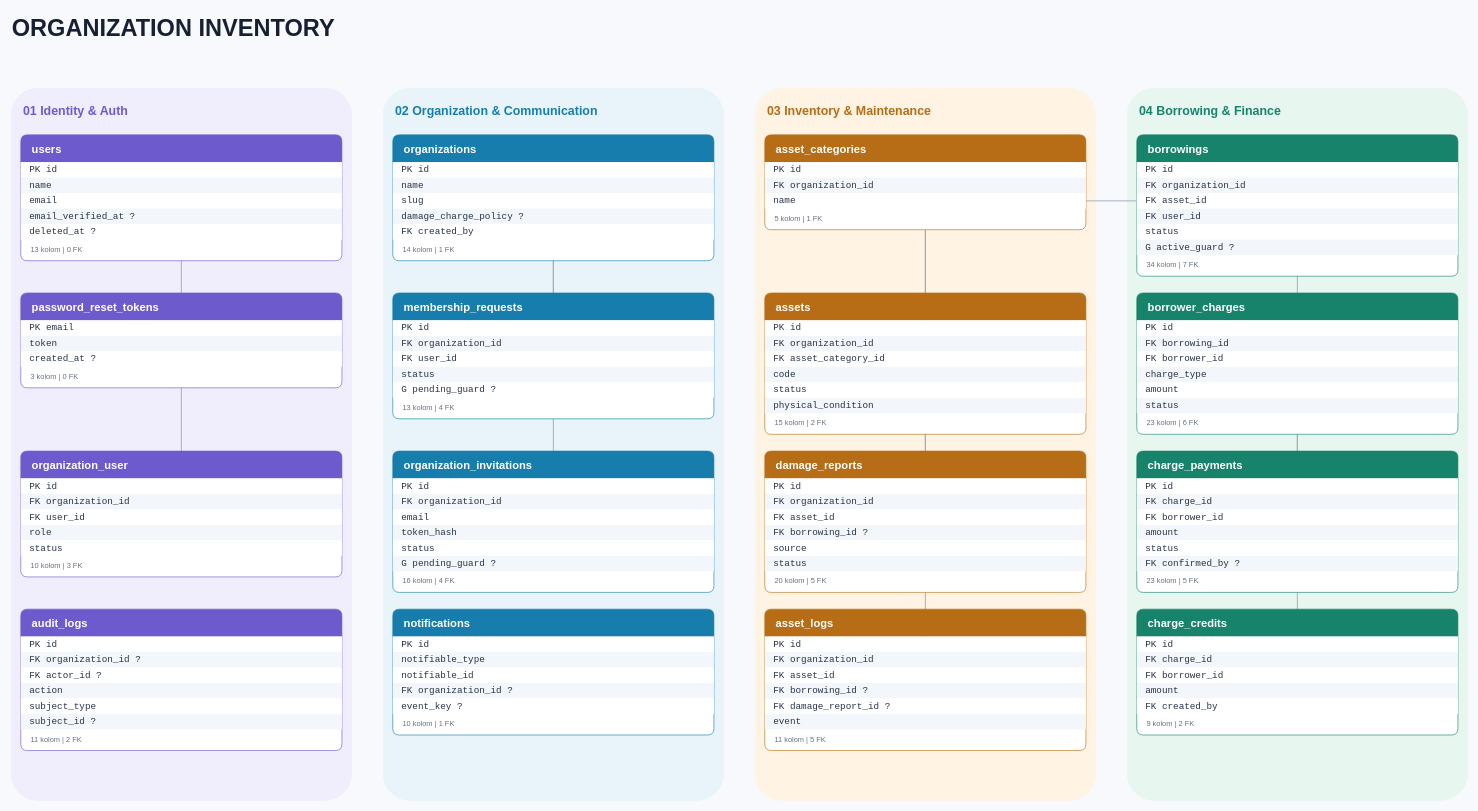
Before: page "00 Overview - 14 tabel" (1 of 5) of Pedoman/Database/Organization_Inventory_v1_2.drawio in chandrakusumaa/Project-MPPL-Sistem-Peminjaman-Barang-Berbasis-Website, a draw.io diagram. Source tidied: cells renumbered, new cells numbered last; positions are measured from the earlier drawing's top-left corner, leaving out a move shared by most shapes. Both pictures are drawn from the tidied source at 62%, with x=0, y=0 at pixel (11, 11).
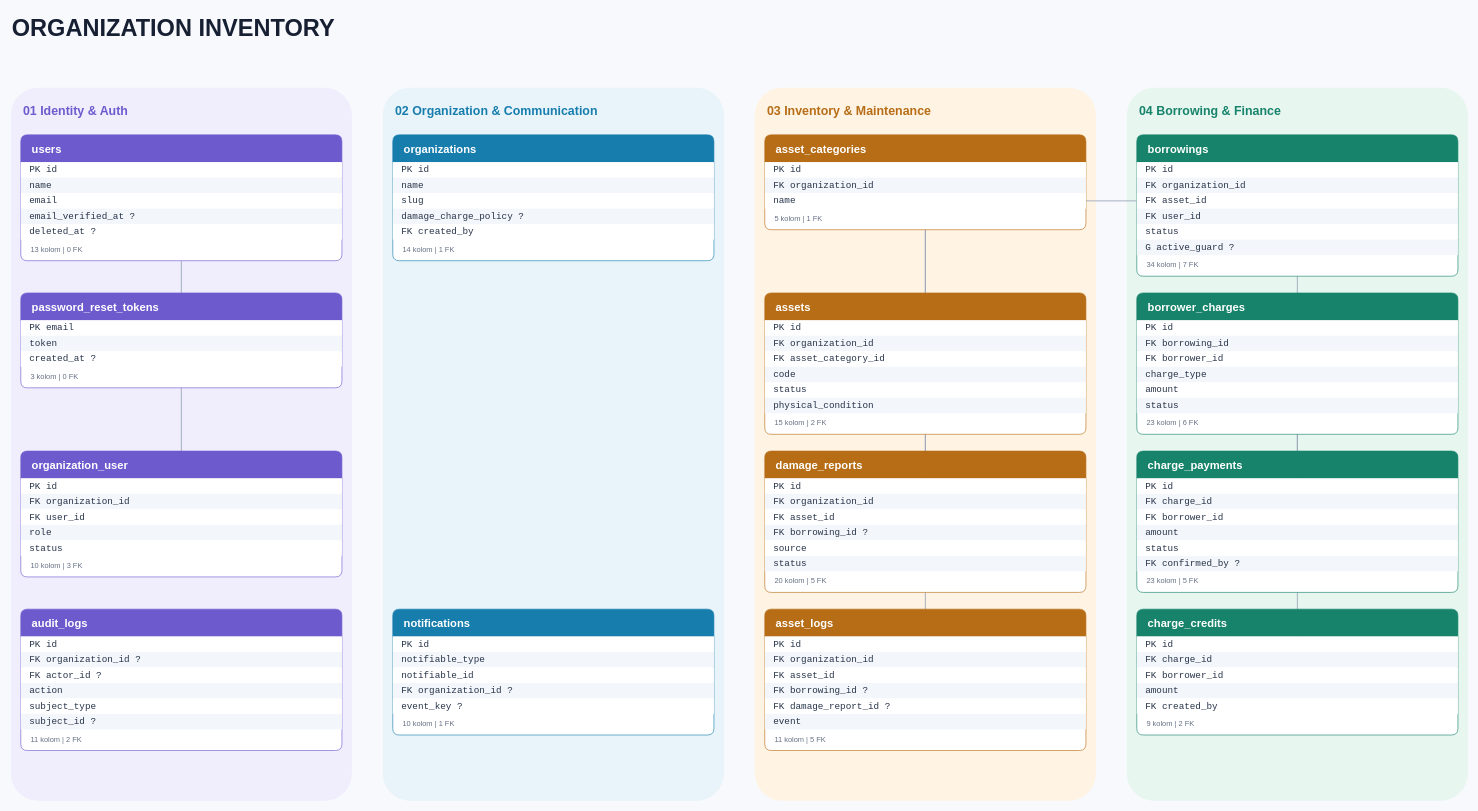
Above is the later version.

Unchanged cells that the change refers to:
```xml
<mxCell id="52" value="PK  id" style="text;html=0;whiteSpace=wrap;align=left;verticalAlign=middle;spacingLeft=12;fontFamily=Consolas;fontSize=15;fontColor=#273449;strokeColor=none;fillColor=#FFFFFF;" parent="51" vertex="1">
  <mxGeometry y="44" width="518" height="25" as="geometry" />
</mxCell>
```

Diff of the diagram source:
```diff
@@
-    <mxCell id="14" style="edgeStyle=orthogonalEdgeStyle;rounded=1;jettySize=24;html=0;strokeColor=#9AA8BA;strokeWidth=1.4;endArrow=block;endFill=1;fontSize=10;fontColor=#64748B;labelBackgroundColor=#F7F9FC;" parent="12" edge="1" source="60" target="52">
-      <mxGeometry relative="1" as="geometry" />
-    </mxCell>
-    <mxCell id="15" style="edgeStyle=orthogonalEdgeStyle;rounded=1;jettySize=24;html=0;strokeColor=#9AA8BA;strokeWidth=1.4;endArrow=block;endFill=1;fontSize=10;fontColor=#64748B;labelBackgroundColor=#F7F9FC;" parent="12" edge="1" source="67" target="52">
-      <mxGeometry relative="1" as="geometry" />
-    </mxCell>
@@
-    <mxCell id="58" value="membership_requests" style="swimlane;html=0;startSize=44;horizontal=1;rounded=1;arcSize=8;fillColor=#FFFFFF;swimlaneFillColor=#FFFFFF;strokeColor=#177DAD;fontColor=#FFFFFF;fontFamily=Arial;fontSize=18;fontStyle=1;align=left;spacingLeft=16;fillColor=#177DAD;swimlaneFillColor=#FFFFFF;" parent="23" vertex="1">
-      <mxGeometry x="616" y="455" width="518" height="203" as="geometry" />
-    </mxCell>
-    <mxCell id="59" value="PK  id" style="text;html=0;whiteSpace=wrap;align=left;verticalAlign=middle;spacingLeft=12;fontFamily=Consolas;fontSize=15;fontColor=#273449;strokeColor=none;fillColor=#FFFFFF;" parent="58" vertex="1">
-      <mxGeometry y="44" width="518" height="25" as="geometry" />
-    </mxCell>
-    <mxCell id="60" value="FK  organization_id" style="text;html=0;whiteSpace=wrap;align=left;verticalAlign=middle;spacingLeft=12;fontFamily=Consolas;fontSize=15;fontColor=#273449;strokeColor=none;fillColor=#F3F6FA;" parent="58" vertex="1">
-      <mxGeometry y="69" width="518" height="25" as="geometry" />
-    </mxCell>
-    <mxCell id="61" value="FK  user_id" style="text;html=0;whiteSpace=wrap;align=left;verticalAlign=middle;spacingLeft=12;fontFamily=Consolas;fontSize=15;fontColor=#273449;strokeColor=none;fillColor=#FFFFFF;" parent="58" vertex="1">
-      <mxGeometry y="94" width="518" height="25" as="geometry" />
-    </mxCell>
-    <mxCell id="62" value="    status" style="text;html=0;whiteSpace=wrap;align=left;verticalAlign=middle;spacingLeft=12;fontFamily=Consolas;fontSize=15;fontColor=#273449;strokeColor=none;fillColor=#F3F6FA;" parent="58" vertex="1">
-      <mxGeometry y="119" width="518" height="25" as="geometry" />
-    </mxCell>
-    <mxCell id="63" value="G  pending_guard ?" style="text;html=0;whiteSpace=wrap;align=left;verticalAlign=middle;spacingLeft=12;fontFamily=Consolas;fontSize=15;fontColor=#273449;strokeColor=none;fillColor=#FFFFFF;" parent="58" vertex="1">
-      <mxGeometry y="144" width="518" height="25" as="geometry" />
-    </mxCell>
-    <mxCell id="64" value="13 kolom  |  4 FK" style="text;html=0;whiteSpace=wrap;align=left;verticalAlign=middle;fontFamily=Arial;fontSize=12;fontColor=#667085;fontStyle=0;strokeColor=none;fillColor=none;" parent="58" vertex="1">
-      <mxGeometry x="14" y="171" width="494" height="27" as="geometry" />
-    </mxCell>
-    <mxCell id="65" value="organization_invitations" style="swimlane;html=0;startSize=44;horizontal=1;rounded=1;arcSize=8;fillColor=#FFFFFF;swimlaneFillColor=#FFFFFF;strokeColor=#177DAD;fontColor=#FFFFFF;fontFamily=Arial;fontSize=18;fontStyle=1;align=left;spacingLeft=16;fillColor=#177DAD;swimlaneFillColor=#FFFFFF;" parent="23" vertex="1">
-      <mxGeometry x="616" y="710" width="518" height="228" as="geometry" />
-    </mxCell>
-    <mxCell id="66" value="PK  id" style="text;html=0;whiteSpace=wrap;align=left;verticalAlign=middle;spacingLeft=12;fontFamily=Consolas;fontSize=15;fontColor=#273449;strokeColor=none;fillColor=#FFFFFF;" parent="65" vertex="1">
-      <mxGeometry y="44" width="518" height="25" as="geometry" />
-    </mxCell>
-    <mxCell id="67" value="FK  organization_id" style="text;html=0;whiteSpace=wrap;align=left;verticalAlign=middle;spacingLeft=12;fontFamily=Consolas;fontSize=15;fontColor=#273449;strokeColor=none;fillColor=#F3F6FA;" parent="65" vertex="1">
-      <mxGeometry y="69" width="518" height="25" as="geometry" />
-    </mxCell>
-    <mxCell id="68" value="    email" style="text;html=0;whiteSpace=wrap;align=left;verticalAlign=middle;spacingLeft=12;fontFamily=Consolas;fontSize=15;fontColor=#273449;strokeColor=none;fillColor=#FFFFFF;" parent="65" vertex="1">
-      <mxGeometry y="94" width="518" height="25" as="geometry" />
-    </mxCell>
-    <mxCell id="69" value="    token_hash" style="text;html=0;whiteSpace=wrap;align=left;verticalAlign=middle;spacingLeft=12;fontFamily=Consolas;fontSize=15;fontColor=#273449;strokeColor=none;fillColor=#F3F6FA;" parent="65" vertex="1">
-      <mxGeometry y="119" width="518" height="25" as="geometry" />
-    </mxCell>
-    <mxCell id="70" value="    status" style="text;html=0;whiteSpace=wrap;align=left;verticalAlign=middle;spacingLeft=12;fontFamily=Consolas;fontSize=15;fontColor=#273449;strokeColor=none;fillColor=#FFFFFF;" parent="65" vertex="1">
-      <mxGeometry y="144" width="518" height="25" as="geometry" />
-    </mxCell>
-    <mxCell id="71" value="G  pending_guard ?" style="text;html=0;whiteSpace=wrap;align=left;verticalAlign=middle;spacingLeft=12;fontFamily=Consolas;fontSize=15;fontColor=#273449;strokeColor=none;fillColor=#F3F6FA;" parent="65" vertex="1">
-      <mxGeometry y="169" width="518" height="25" as="geometry" />
-    </mxCell>
-    <mxCell id="72" value="16 kolom  |  4 FK" style="text;html=0;whiteSpace=wrap;align=left;verticalAlign=middle;fontFamily=Arial;fontSize=12;fontColor=#667085;fontStyle=0;strokeColor=none;fillColor=none;" parent="65" vertex="1">
-      <mxGeometry x="14" y="196" width="494" height="27" as="geometry" />
-    </mxCell>
```
